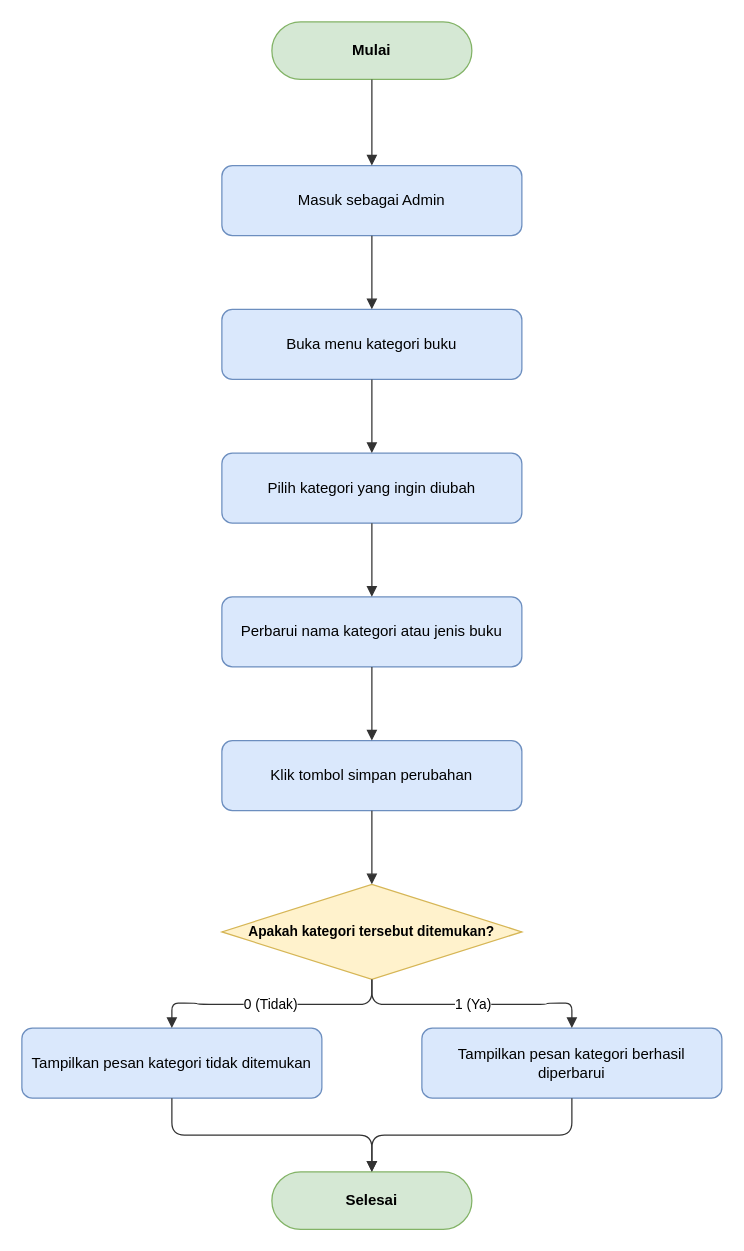
This is docs/diagrams/flowchart/flowchart-updatecategory.drawio from dimstyle/ruang-baca, a draw.io file, before an edit. Source tidied: cells renumbered, new cells numbered last; positions are measured from the earlier drawing's top-left corner, leaving out a move shared by most shapes. Both pictures are drawn from the tidied source at 125%, with x=0, y=0 at pixel (21, 21).
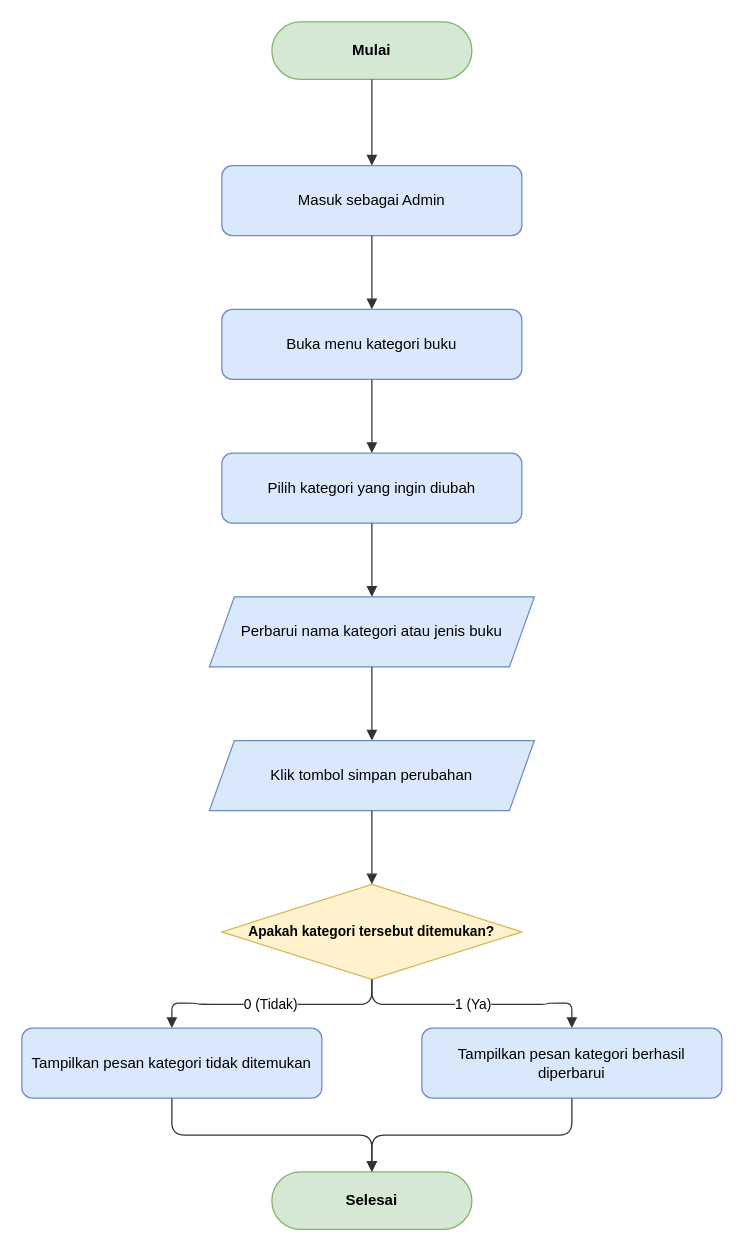
Above is the later version.

Diff of the diagram source:
```diff
@@
-    <mxCell id="6" value="Perbarui nama kategori atau jenis buku" style="rounded=1;whiteSpace=wrap;html=1;fillColor=#dae8fc;strokeColor=#6c8ebf;fontSize=12;" parent="1" vertex="1">
-      <mxGeometry x="160" y="460" width="240" height="56" as="geometry" />
+    <mxCell id="6" value="Perbarui nama kategori atau jenis buku" style="shape=parallelogram;perimeter=parallelogramPerimeter;whiteSpace=wrap;html=1;fixedSize=1;fillColor=#dae8fc;strokeColor=#6c8ebf;fontSize=12;" parent="1" vertex="1">
+      <mxGeometry x="150" y="460" width="260" height="56" as="geometry" />
     </mxCell>
-    <mxCell id="7" value="Klik tombol simpan perubahan" style="rounded=1;whiteSpace=wrap;html=1;fillColor=#dae8fc;strokeColor=#6c8ebf;fontSize=12;" parent="1" vertex="1">
-      <mxGeometry x="160" y="575" width="240" height="56" as="geometry" />
+    <mxCell id="7" value="Klik tombol simpan perubahan" style="shape=parallelogram;perimeter=parallelogramPerimeter;whiteSpace=wrap;html=1;fixedSize=1;fillColor=#dae8fc;strokeColor=#6c8ebf;fontSize=12;" parent="1" vertex="1">
+      <mxGeometry x="150" y="575" width="260" height="56" as="geometry" />
     </mxCell>
```
